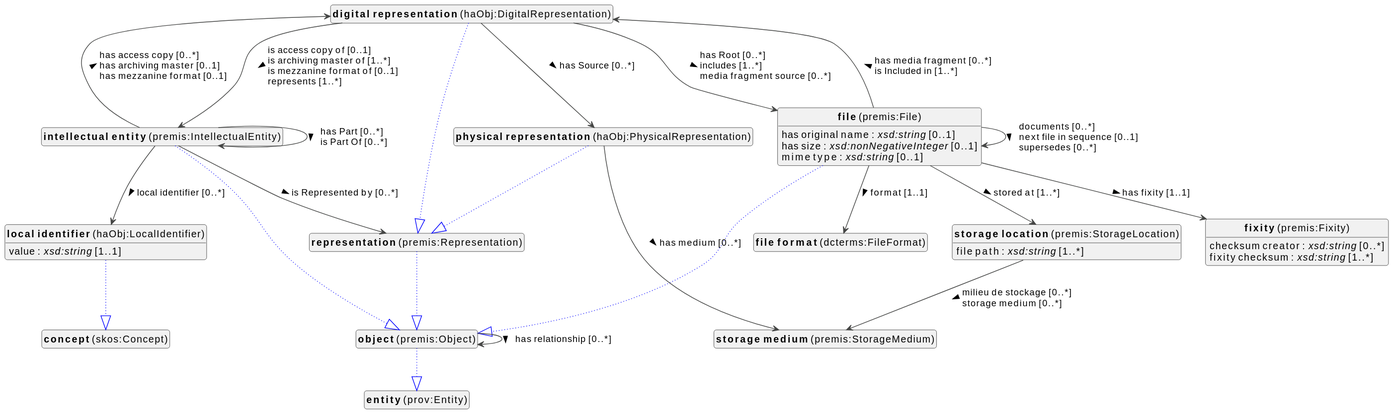
Earlier version of the PlantUML export docs/metadata/knowledge-graph/0.0.1/object/en/object-diagram.svg (viaacode/documentation-jekyll).
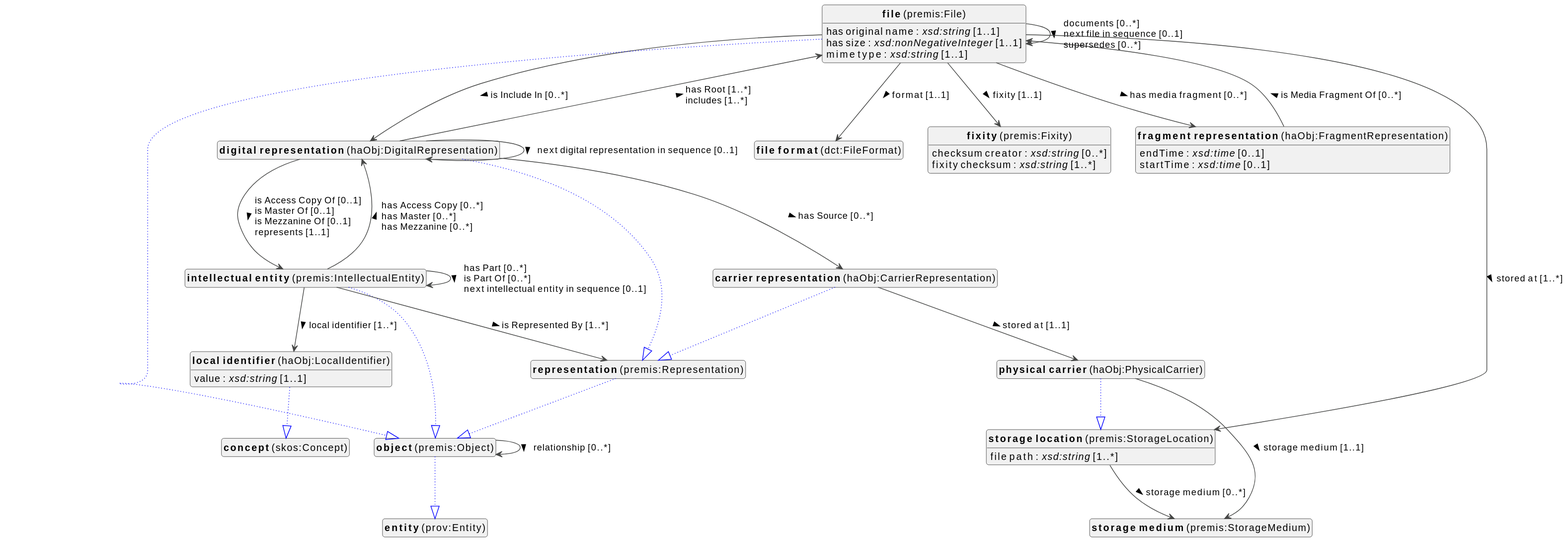
After the commit.

What changed in the source:
```diff
@@ -10,40 +10,49 @@
 top to bottom direction
 
 
+class "<b>carrier representation</b> (haObj:CarrierRepresentation)" as haObj_CarrierRepresentation [[#haObj%3ACarrierRepresentation]]
+class "<b>representation</b> (premis:Representation)" as premis_Representation [[#premis%3ARepresentation]]
 class "<b>digital representation</b> (haObj:DigitalRepresentation)" as haObj_DigitalRepresentation [[#haObj%3ADigitalRepresentation]]
 class "<b>representation</b> (premis:Representation)" as premis_Representation [[#premis%3ARepresentation]]
 class "<b>file</b> (premis:File)" as premis_File [[#premis%3AFile]]
 class "<b>object</b> (premis:Object)" as premis_Object [[#premis%3AObject]]
-class "<b>file format</b> (dcterms:FileFormat)" as dcterms_FileFormat [[#dcterms%3AFileFormat]]
+class "<b>file format</b> (dct:FileFormat)" as dct_FileFormat [[#dct%3AFileFormat]]
 class "<b>fixity</b> (premis:Fixity)" as premis_Fixity [[#premis%3AFixity]]
+class "<b>fragment representation</b> (haObj:FragmentRepresentation)" as haObj_FragmentRepresentation [[#haObj%3AFragmentRepresentation]]
 class "<b>intellectual entity</b> (premis:IntellectualEntity)" as premis_IntellectualEntity [[#premis%3AIntellectualEntity]]
 class "<b>object</b> (premis:Object)" as premis_Object [[#premis%3AObject]]
 class "<b>local identifier</b> (haObj:LocalIdentifier)" as haObj_LocalIdentifier [[#haObj%3ALocalIdentifier]]
 class "<b>concept</b> (skos:Concept)" as skos_Concept [[#skos%3AConcept]]
 class "<b>object</b> (premis:Object)" as premis_Object [[#premis%3AObject]]
 class "<b>entity</b> (prov:Entity)" as prov_Entity [[#prov%3AEntity]]
-class "<b>physical representation</b> (haObj:PhysicalRepresentation)" as haObj_PhysicalRepresentation [[#haObj%3APhysicalRepresentation]]
-class "<b>representation</b> (premis:Representation)" as premis_Representation [[#premis%3ARepresentation]]
+class "<b>physical carrier</b> (haObj:PhysicalCarrier)" as haObj_PhysicalCarrier [[#haObj%3APhysicalCarrier]]
+class "<b>storage location</b> (premis:StorageLocation)" as premis_StorageLocation [[#premis%3AStorageLocation]]
 class "<b>representation</b> (premis:Representation)" as premis_Representation [[#premis%3ARepresentation]]
 class "<b>object</b> (premis:Object)" as premis_Object [[#premis%3AObject]]
 class "<b>storage location</b> (premis:StorageLocation)" as premis_StorageLocation [[#premis%3AStorageLocation]]
 class "<b>storage medium</b> (premis:StorageMedium)" as premis_StorageMedium [[#premis%3AStorageMedium]]
 
+haObj_CarrierRepresentation --|> premis_Representation #blue;line.dotted;text:blue
+
+haObj_CarrierRepresentation --> haObj_PhysicalCarrier :stored at [1..1]  >
+
 haObj_DigitalRepresentation --|> premis_Representation #blue;line.dotted;text:blue
 
-haObj_DigitalRepresentation --> haObj_PhysicalRepresentation :has Source [0..*]  >
-haObj_DigitalRepresentation --> premis_File :has Root [0..*]  \lincludes [1..*]  \lmedia fragment source [0..*]  >
-haObj_DigitalRepresentation --> premis_IntellectualEntity :is access copy of [0..1]  \lis archiving master of [1..*]  \lis mezzanine format of [0..1]  \lrepresents [1..*]  >
+haObj_DigitalRepresentation --> haObj_CarrierRepresentation :has Source [0..*]  >
+haObj_DigitalRepresentation --> haObj_DigitalRepresentation :next digital representation in sequence [0..1]  >
+haObj_DigitalRepresentation --> premis_File :has Root [1..*]  \lincludes [1..*]  >
+haObj_DigitalRepresentation --> premis_IntellectualEntity :is Access Copy Of [0..1]  \lis Master Of [0..1]  \lis Mezzanine Of [0..1]  \lrepresents [1..1]  >
 
 premis_File --|> premis_Object #blue;line.dotted;text:blue
 
-premis_File : has original name : <i>xsd:string</i> [0..1]
-premis_File : has size : <i>xsd:nonNegativeInteger</i> [0..1]
-premis_File : mime type : <i>xsd:string</i> [0..1]
-premis_File --> dcterms_FileFormat :format [1..1]  >
-premis_File --> haObj_DigitalRepresentation :has media fragment [0..*]  \lis Included in [1..*]  >
+premis_File : has original name : <i>xsd:string</i> [1..1]
+premis_File : has size : <i>xsd:nonNegativeInteger</i> [1..1]
+premis_File : mime type : <i>xsd:string</i> [1..1]
+premis_File --> dct_FileFormat :format [1..1]  >
+premis_File --> haObj_DigitalRepresentation :is Include In [0..*]  >
+premis_File --> haObj_FragmentRepresentation :has media fragment [0..*]  >
 premis_File --> premis_File :documents [0..*]  \lnext file in sequence [0..1]  \lsupersedes [0..*]  >
-premis_File --> premis_Fixity :has fixity [1..1]  >
+premis_File --> premis_Fixity :fixity [1..1]  >
 premis_File --> premis_StorageLocation :stored at [1..*]  >
 
 
@@ -55,12 +64,18 @@
 premis_Fixity : fixity checksum : <i>xsd:string</i> [1..*]
 
 
+
+haObj_FragmentRepresentation : endTime : <i>xsd:time</i> [0..1]
+haObj_FragmentRepresentation : startTime : <i>xsd:time</i> [0..1]
+haObj_FragmentRepresentation --> premis_File :is Media Fragment Of [0..*]  >
+
+
 premis_IntellectualEntity --|> premis_Object #blue;line.dotted;text:blue
 
-premis_IntellectualEntity --> haObj_DigitalRepresentation :has access copy [0..*]  \lhas archiving master [0..1]  \lhas mezzanine format [0..1]  >
-premis_IntellectualEntity --> haObj_LocalIdentifier :local identifier [0..*]  >
-premis_IntellectualEntity --> premis_IntellectualEntity :has Part [0..*]  \lis Part Of [0..*]  >
-premis_IntellectualEntity --> premis_Representation :is Represented by [0..*]  >
+premis_IntellectualEntity --> haObj_DigitalRepresentation :has Access Copy [0..*]  \lhas Master [0..*]  \lhas Mezzanine [0..*]  >
+premis_IntellectualEntity --> haObj_LocalIdentifier :local identifier [1..*]  >
+premis_IntellectualEntity --> premis_IntellectualEntity :has Part [0..*]  \lis Part Of [0..*]  \lnext intellectual entity in sequence [0..1]  >
+premis_IntellectualEntity --> premis_Representation :is Represented By [1..*]  >
 
 haObj_LocalIdentifier --|> skos_Concept #blue;line.dotted;text:blue
 
@@ -69,18 +84,18 @@
 
 premis_Object --|> prov_Entity #blue;line.dotted;text:blue
 
-premis_Object --> premis_Object :has relationship [0..*]  >
+premis_Object --> premis_Object :relationship [0..*]  >
 
-haObj_PhysicalRepresentation --|> premis_Representation #blue;line.dotted;text:blue
+haObj_PhysicalCarrier --|> premis_StorageLocation #blue;line.dotted;text:blue
 
-haObj_PhysicalRepresentation --> premis_StorageMedium :has medium [0..*]  >
+haObj_PhysicalCarrier --> premis_StorageMedium :storage medium [1..1]  >
 
 premis_Representation --|> premis_Object #blue;line.dotted;text:blue
 
 
 
 premis_StorageLocation : file path : <i>xsd:string</i> [1..*]
-premis_StorageLocation --> premis_StorageMedium :milieu de stockage [0..*]  \lstorage medium [0..*]  >
+premis_StorageLocation --> premis_StorageMedium :storage medium [0..*]  >
 
 
 
```
